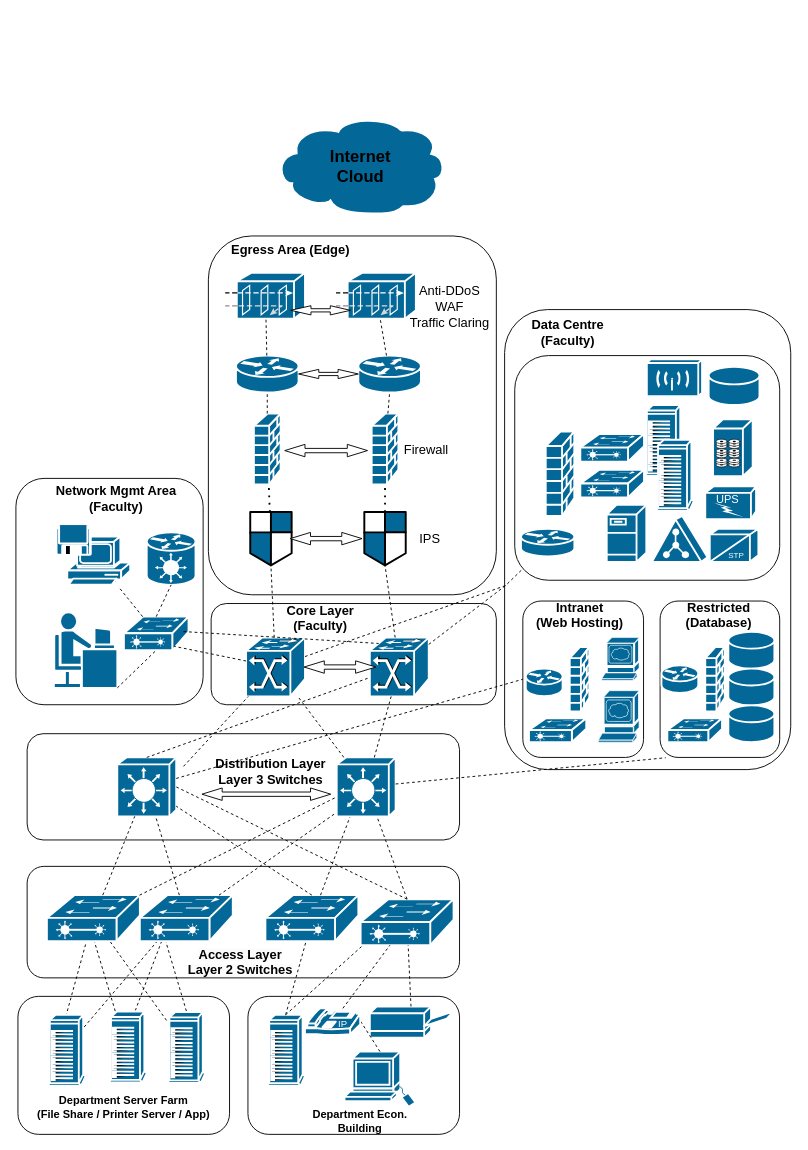
This is page "Scenario 2 - P2" (2 of 2) of Untitled Diagram.drawio from geekcu/design-drawing, a draw.io file, before an edit. Source tidied: cells renumbered, new cells numbered last; positions are measured from the earlier drawing's top-left corner, leaving out a move shared by most shapes. Both pictures are drawn from the tidied source at 92%, with x=0, y=0 at pixel (16, 116).
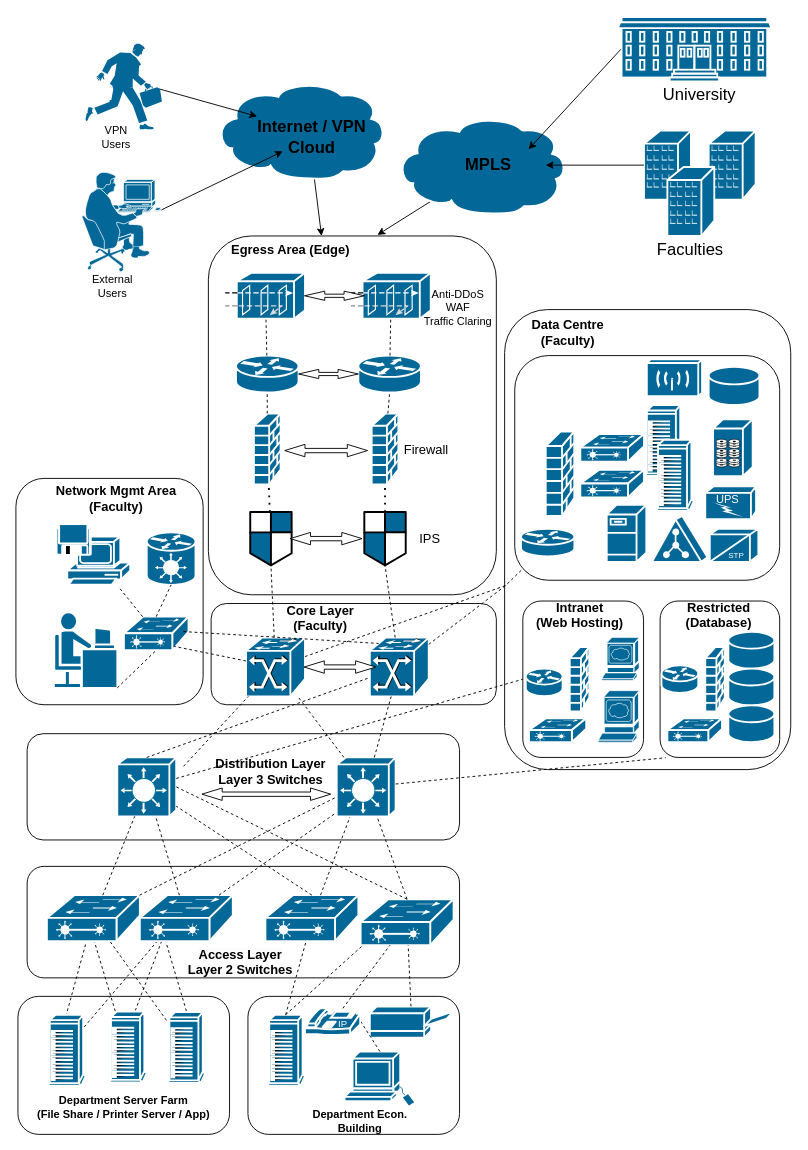
The same diagram, later.

The change refers to these unchanged cells:
```xml
<mxCell id="3" style="rounded=1;whiteSpace=wrap;html=1;align=left;shadow=0;" parent="1" vertex="1">
  <mxGeometry x="209" y="130" width="313" height="390" as="geometry" />
</mxCell>
<mxCell id="52" value="&lt;b&gt;&lt;font style=&quot;font-size: 14px;&quot;&gt;Egress Area (Edge)&lt;br&gt;&lt;/font&gt;&lt;/b&gt;" style="text;html=1;strokeColor=none;fillColor=none;align=center;verticalAlign=middle;whiteSpace=wrap;rounded=0;" parent="1" vertex="1">
  <mxGeometry x="213.2" y="130" width="171.2" height="30" as="geometry" />
</mxCell>
```

What changed in the source:
```diff
@@
+    <mxCell id="125" style="endArrow=classic;html=1;rounded=0;entryX=0.587;entryY=-0.003;entryDx=0;entryDy=0;entryPerimeter=0;" parent="1" edge="1" source="136" target="3">
+      <mxGeometry relative="1" as="geometry" />
+    </mxCell>
+    <mxCell id="126" style="endArrow=classic;html=1;rounded=0;" parent="1" edge="1" target="52">
+      <mxGeometry relative="1" as="geometry">
+        <mxPoint x="322" y="50" as="sourcePoint" />
+        <Array as="points">
+          <mxPoint x="332" y="130" />
+        </Array>
+      </mxGeometry>
+    </mxCell>
@@
     <mxCell id="63" style="shape=mxgraph.cisco.security.guard;sketch=0;html=1;dashed=0;fillColor=#036897;strokeColor=#ffffff;strokeWidth=2;verticalLabelPosition=bottom;verticalAlign=top;align=center;outlineConnect=0;" parent="1" vertex="1">
-      <mxGeometry x="348.5" y="170" width="86" height="50" as="geometry" />
+      <mxGeometry x="364.7" y="170" width="86" height="50" as="geometry" />
     </mxCell>
@@
-    <mxCell id="65" value="&lt;font style=&quot;font-size: 14px;&quot;&gt;Anti-DDoS&lt;br&gt;WAF&lt;br&gt;Traffic Claring&lt;br&gt;&lt;br&gt;&lt;/font&gt;" style="text;html=1;strokeColor=none;fillColor=none;align=center;verticalAlign=middle;whiteSpace=wrap;rounded=0;" parent="1" vertex="1">
-      <mxGeometry x="419.5" y="180" width="102.5" height="70" as="geometry" />
+    <mxCell id="65" value="&lt;font style=&quot;&quot;&gt;&lt;font style=&quot;font-size: 12px;&quot;&gt;Anti-DDoS&lt;br&gt;WAF&lt;br&gt;Traffic Claring&lt;br&gt;&lt;/font&gt;&lt;br&gt;&lt;/font&gt;" style="text;html=1;strokeColor=none;fillColor=none;align=center;verticalAlign=middle;whiteSpace=wrap;rounded=0;" parent="1" vertex="1">
+      <mxGeometry x="428.5" y="180" width="102.5" height="70" as="geometry" />
     </mxCell>
@@
     <mxCell id="78" style="shape=mxgraph.cisco.storage.cloud;sketch=0;html=1;dashed=0;fillColor=#036897;strokeColor=#ffffff;strokeWidth=2;verticalLabelPosition=bottom;verticalAlign=top;align=center;" parent="1" vertex="1">
-      <mxGeometry x="281" width="186" height="106" as="geometry" />
+      <mxGeometry x="215.8" y="-38" width="186" height="106" as="geometry" />
     </mxCell>
@@
     <mxCell id="108" style="html=1;shadow=0;dashed=0;align=center;verticalAlign=middle;shape=mxgraph.arrows2.twoWayArrow;dy=0.65;dx=22;" parent="1" vertex="1">
-      <mxGeometry x="298.5" y="205.8" width="65" height="10" as="geometry" />
+      <mxGeometry x="313.5" y="190" width="65" height="10" as="geometry" />
     </mxCell>
@@
-    <mxCell id="111" value="&lt;h2&gt;&lt;b&gt;Internet &lt;br&gt;Cloud&lt;/b&gt;&lt;/h2&gt;" style="text;html=1;strokeColor=none;fillColor=none;align=center;verticalAlign=middle;whiteSpace=wrap;rounded=0;" parent="1" vertex="1">
-      <mxGeometry x="311.5" y="40" width="125" height="30" as="geometry" />
+    <mxCell id="111" value="&lt;h2&gt;&lt;b&gt;Internet / VPN&lt;br&gt;Cloud&lt;/b&gt;&lt;/h2&gt;" style="text;html=1;strokeColor=none;fillColor=none;align=center;verticalAlign=middle;whiteSpace=wrap;rounded=0;" parent="1" vertex="1">
+      <mxGeometry x="258.5" y="8" width="125" height="30" as="geometry" />
     </mxCell>
@@
+    <mxCell id="127" style="shape=mxgraph.cisco.buildings.university;sketch=0;html=1;dashed=0;fillColor=#036897;strokeColor=#ffffff;strokeWidth=2;verticalLabelPosition=bottom;verticalAlign=top;align=center;outlineConnect=0;" parent="1" vertex="1">
+      <mxGeometry x="654.1" y="-108" width="167" height="70" as="geometry" />
+    </mxCell>
+    <mxCell id="128" style="shape=mxgraph.cisco.buildings.branch_office;sketch=0;html=1;dashed=0;fillColor=#036897;strokeColor=#ffffff;strokeWidth=2;verticalLabelPosition=bottom;verticalAlign=top;align=center;outlineConnect=0;" parent="1" vertex="1">
+      <mxGeometry x="682.5" y="15.5" width="51" height="75" as="geometry" />
+    </mxCell>
+    <mxCell id="129" style="shape=mxgraph.cisco.buildings.branch_office;sketch=0;html=1;dashed=0;fillColor=#036897;strokeColor=#ffffff;strokeWidth=2;verticalLabelPosition=bottom;verticalAlign=top;align=center;" parent="1" vertex="1">
+      <mxGeometry x="752.8" y="15.5" width="51" height="75" as="geometry" />
+    </mxCell>
+    <mxCell id="130" style="shape=mxgraph.cisco.buildings.branch_office;sketch=0;html=1;dashed=0;fillColor=#036897;strokeColor=#ffffff;strokeWidth=2;verticalLabelPosition=bottom;verticalAlign=top;align=center;" parent="1" vertex="1">
+      <mxGeometry x="707.9" y="55" width="51" height="75" as="geometry" />
+    </mxCell>
+    <mxCell id="131" style="edgeStyle=none;rounded=0;jettySize=auto;html=1;exitX=0.97;exitY=0.53;exitDx=0;exitDy=0;exitPerimeter=0;" parent="1" edge="1" source="132">
+      <mxGeometry relative="1" as="geometry">
+        <mxPoint x="262" as="targetPoint" />
+      </mxGeometry>
+    </mxCell>
+    <mxCell id="132" style="shape=mxgraph.cisco.people.running_man;sketch=0;html=1;dashed=0;fillColor=#036897;strokeColor=#ffffff;strokeWidth=2;verticalLabelPosition=bottom;verticalAlign=top;align=center;outlineConnect=0;" parent="1" vertex="1">
+      <mxGeometry x="75.5" y="-79" width="83" height="93" as="geometry" />
+    </mxCell>
+    <mxCell id="133" style="edgeStyle=none;rounded=0;jettySize=auto;html=1;exitX=0.99;exitY=0.38;exitDx=0;exitDy=0;exitPerimeter=0;" parent="1" edge="1" source="134" target="111">
+      <mxGeometry relative="1" as="geometry" />
+    </mxCell>
+    <mxCell id="134" style="shape=mxgraph.cisco.people.pc_man;sketch=0;html=1;dashed=0;fillColor=#036897;strokeColor=#ffffff;strokeWidth=2;verticalLabelPosition=bottom;verticalAlign=top;align=center;outlineConnect=0;" parent="1" vertex="1">
+      <mxGeometry x="71.5" y="60" width="87" height="110" as="geometry" />
+    </mxCell>
+    <mxCell id="135" style="shape=mxgraph.cisco.storage.cloud;sketch=0;html=1;dashed=0;fillColor=#036897;strokeColor=#ffffff;strokeWidth=2;verticalLabelPosition=bottom;verticalAlign=top;align=center;" parent="1" vertex="1">
+      <mxGeometry x="412.5" width="186" height="106" as="geometry" />
+    </mxCell>
+    <mxCell id="136" value="&lt;h2&gt;MPLS&lt;/h2&gt;" style="text;html=1;strokeColor=none;fillColor=none;align=center;verticalAlign=middle;whiteSpace=wrap;rounded=0;" parent="1" vertex="1">
+      <mxGeometry x="450.7" y="38" width="125" height="30" as="geometry" />
+    </mxCell>
+    <mxCell id="137" style="endArrow=classic;html=1;rounded=0;exitX=0;exitY=0.5;exitDx=0;exitDy=0;exitPerimeter=0;" parent="1" edge="1" source="128" target="136">
+      <mxGeometry relative="1" as="geometry" />
+    </mxCell>
+    <mxCell id="138" style="endArrow=classic;html=1;rounded=0;exitX=0.02;exitY=0.5;exitDx=0;exitDy=0;exitPerimeter=0;entryX=0.85;entryY=-0.075;entryDx=0;entryDy=0;entryPerimeter=0;" parent="1" edge="1" source="127" target="136">
+      <mxGeometry relative="1" as="geometry" />
+    </mxCell>
+    <mxCell id="139" value="External Users" style="text;html=1;strokeColor=none;fillColor=none;align=center;verticalAlign=middle;whiteSpace=wrap;rounded=0;" parent="1" vertex="1">
+      <mxGeometry x="74.5" y="170" width="60" height="30" as="geometry" />
+    </mxCell>
+    <mxCell id="140" value="VPN Users" style="text;html=1;strokeColor=none;fillColor=none;align=center;verticalAlign=middle;whiteSpace=wrap;rounded=0;" parent="1" vertex="1">
+      <mxGeometry x="78.5" y="8" width="60" height="30" as="geometry" />
+    </mxCell>
+    <mxCell id="141" value="&lt;font style=&quot;font-size: 18px;&quot;&gt;Faculties&lt;/font&gt;" style="text;html=1;strokeColor=none;fillColor=none;align=center;verticalAlign=middle;whiteSpace=wrap;rounded=0;" parent="1" vertex="1">
+      <mxGeometry x="703.4" y="130" width="60" height="30" as="geometry" />
+    </mxCell>
+    <mxCell id="142" value="&lt;span style=&quot;font-size: 18px;&quot;&gt;University&lt;/span&gt;" style="text;html=1;strokeColor=none;fillColor=none;align=center;verticalAlign=middle;whiteSpace=wrap;rounded=0;" parent="1" vertex="1">
+      <mxGeometry x="712.9" y="-38" width="60" height="30" as="geometry" />
+    </mxCell>
```
